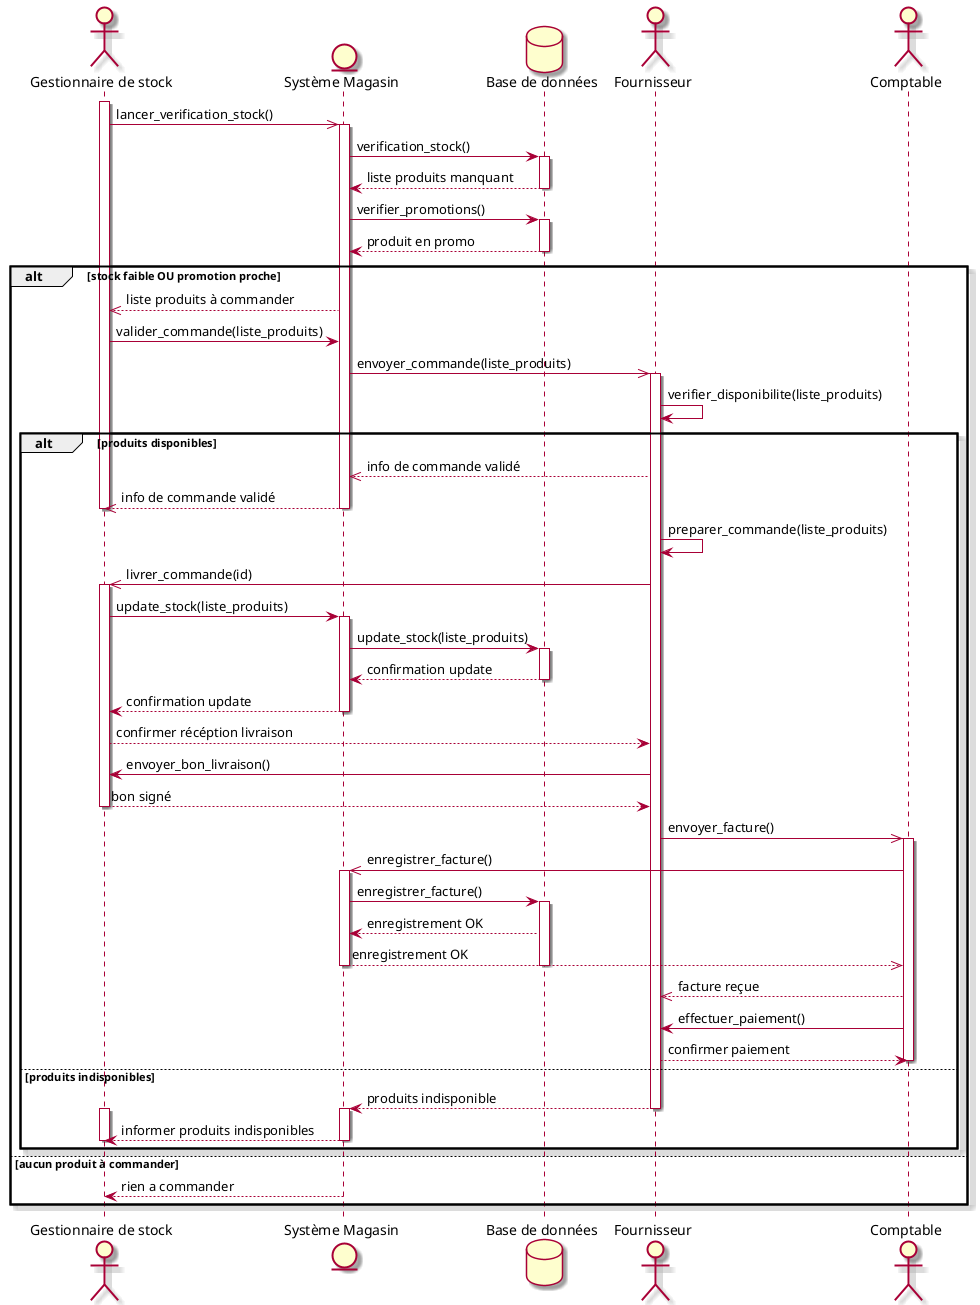
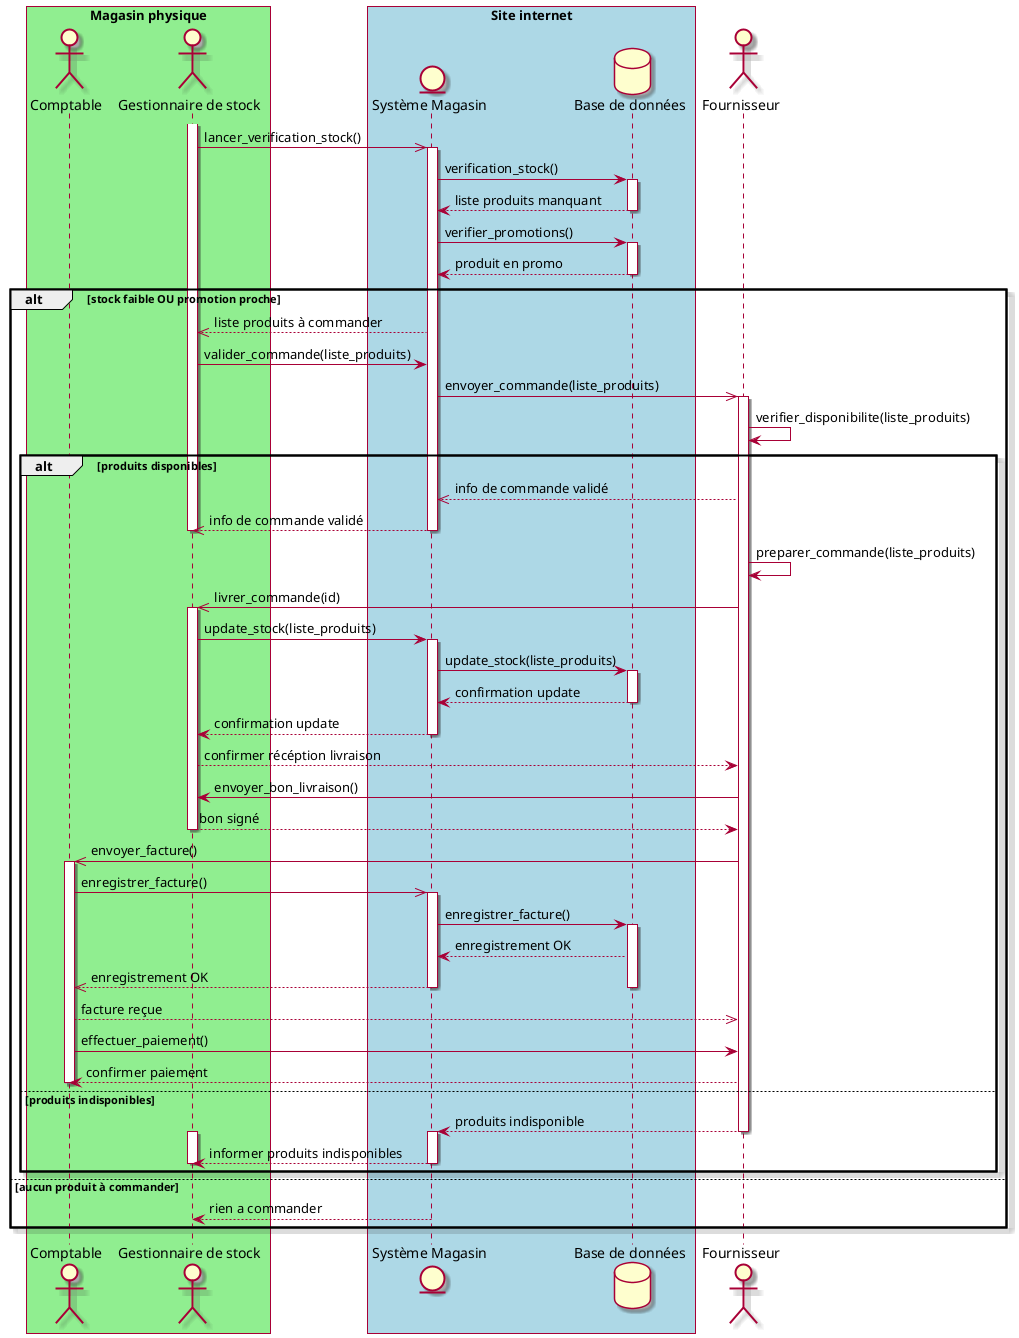
@startuml "Réapprovisionnement automatique"

skin rose
/'skinparam sequenceMessageAlign center'/

+ box "Magasin physique" #LightGreen
+ actor "Comptable" as comptable
actor "Gestionnaire de stock" as gestionnaire
+ end box
+ 
+ box "Site internet" #LightBlue
entity "Système Magasin" as systeme
database "Base de données" as bdd
+ end box
+ 
actor "Fournisseur" as fournisseur
- actor "Comptable" as comptable
- 
- /'verification des stock'/

/' Vérification des stocks '/
activate gestionnaire
gestionnaire ->> systeme : lancer_verification_stock()

activate systeme
systeme -> bdd : verification_stock()

activate bdd
bdd --> systeme : liste produits manquant
deactivate bdd

/'systeme -> systeme : comparer_quantite_au_seuil()'/

systeme -> bdd : verifier_promotions()
activate bdd
bdd --> systeme : produit en promo
deactivate bdd

alt stock faible OU promotion proche

    systeme -->> gestionnaire : liste produits à commander

    gestionnaire -> systeme : valider_commande(liste_produits)
    systeme ->> fournisseur : envoyer_commande(liste_produits)
    activate fournisseur
    fournisseur -> fournisseur : verifier_disponibilite(liste_produits)

    alt produits disponibles
        fournisseur -->> systeme : info de commande validé
        systeme -->> gestionnaire : info de commande validé
        deactivate gestionnaire
        deactivate systeme

        /'gestionnaire ->> fournisseur : valider_commande(id)'/
        fournisseur -> fournisseur : preparer_commande(liste_produits)
        fournisseur ->> gestionnaire : livrer_commande(id)
        activate gestionnaire

        gestionnaire -> systeme : update_stock(liste_produits)
        activate systeme
        systeme -> bdd : update_stock(liste_produits)

        activate bdd
        bdd --> systeme : confirmation update
        deactivate bdd
        systeme --> gestionnaire : confirmation update
        deactivate systeme


        gestionnaire --> fournisseur : confirmer récéption livraison

        fournisseur -> gestionnaire : envoyer_bon_livraison()
        gestionnaire --> fournisseur : bon signé
        deactivate gestionnaire

        /'Facturation'/
        fournisseur ->> comptable : envoyer_facture()

        activate comptable
        comptable ->> systeme : enregistrer_facture()
        activate systeme
        systeme -> bdd : enregistrer_facture()
        activate bdd
        bdd --> systeme : enregistrement OK
        systeme -->> comptable : enregistrement OK
        deactivate bdd
        deactivate systeme

        comptable -->> fournisseur : facture reçue
        comptable -> fournisseur : effectuer_paiement()
        fournisseur --> comptable : confirmer paiement
        deactivate comptable

    else produits indisponibles
        fournisseur --> systeme : produits indisponible
        deactivate fournisseur
        activate systeme         /'activation car activer avant alt'/
        activate gestionnaire /'activation car activer avant alt'/
        systeme --> gestionnaire : informer produits indisponibles
        deactivate systeme
        deactivate gestionnaire
    end
else aucun produit à commander

    activate systeme
    activate gestionnaire
    systeme --> gestionnaire : rien a commander
    deactivate gestionnaire
    deactivate systeme


end

@enduml